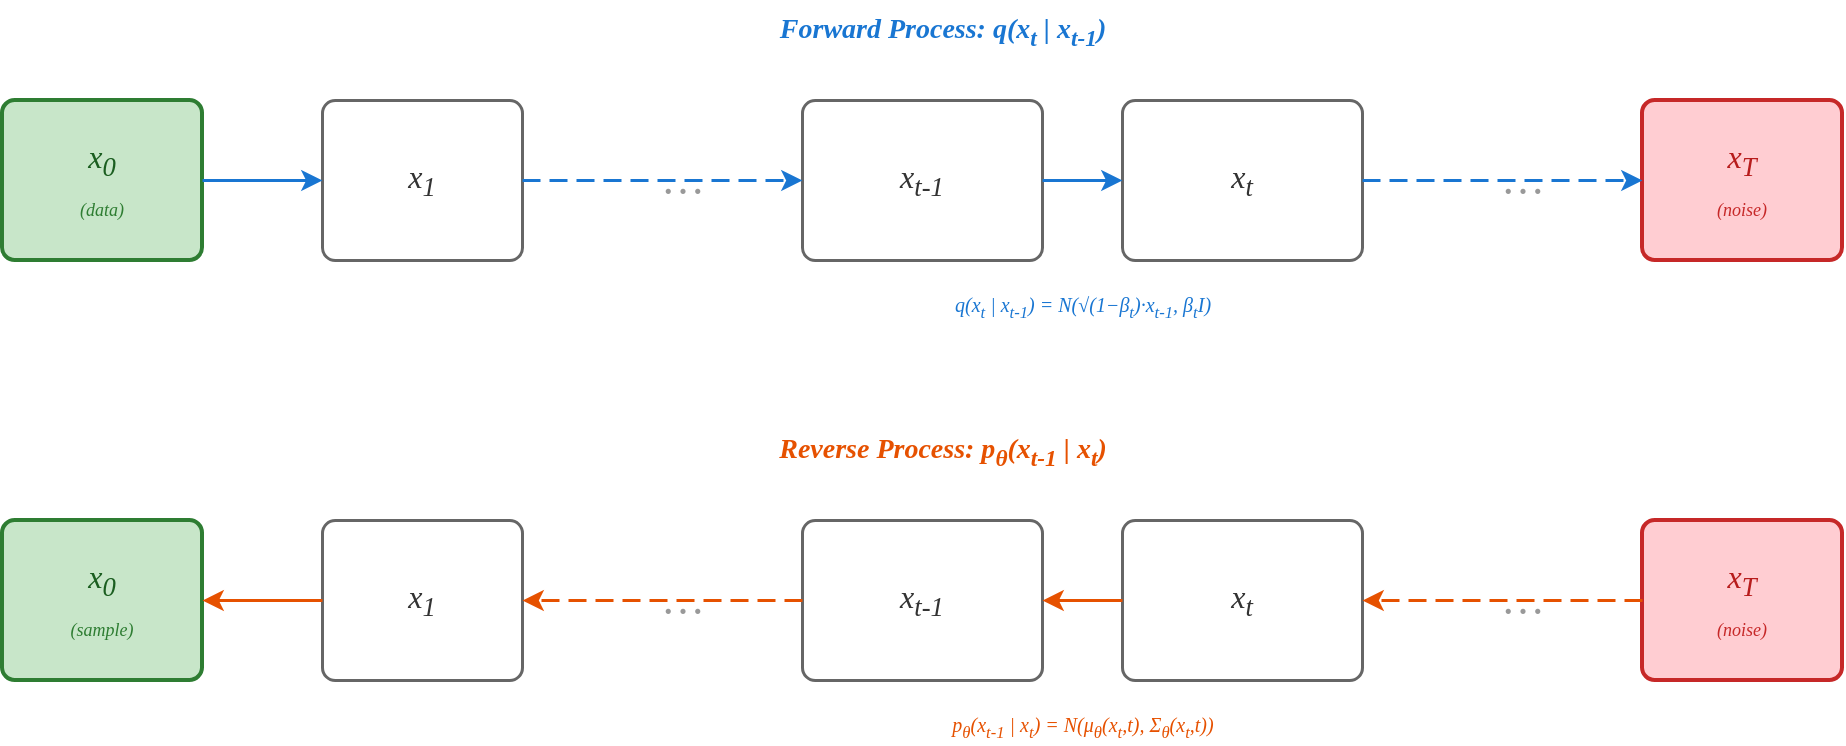
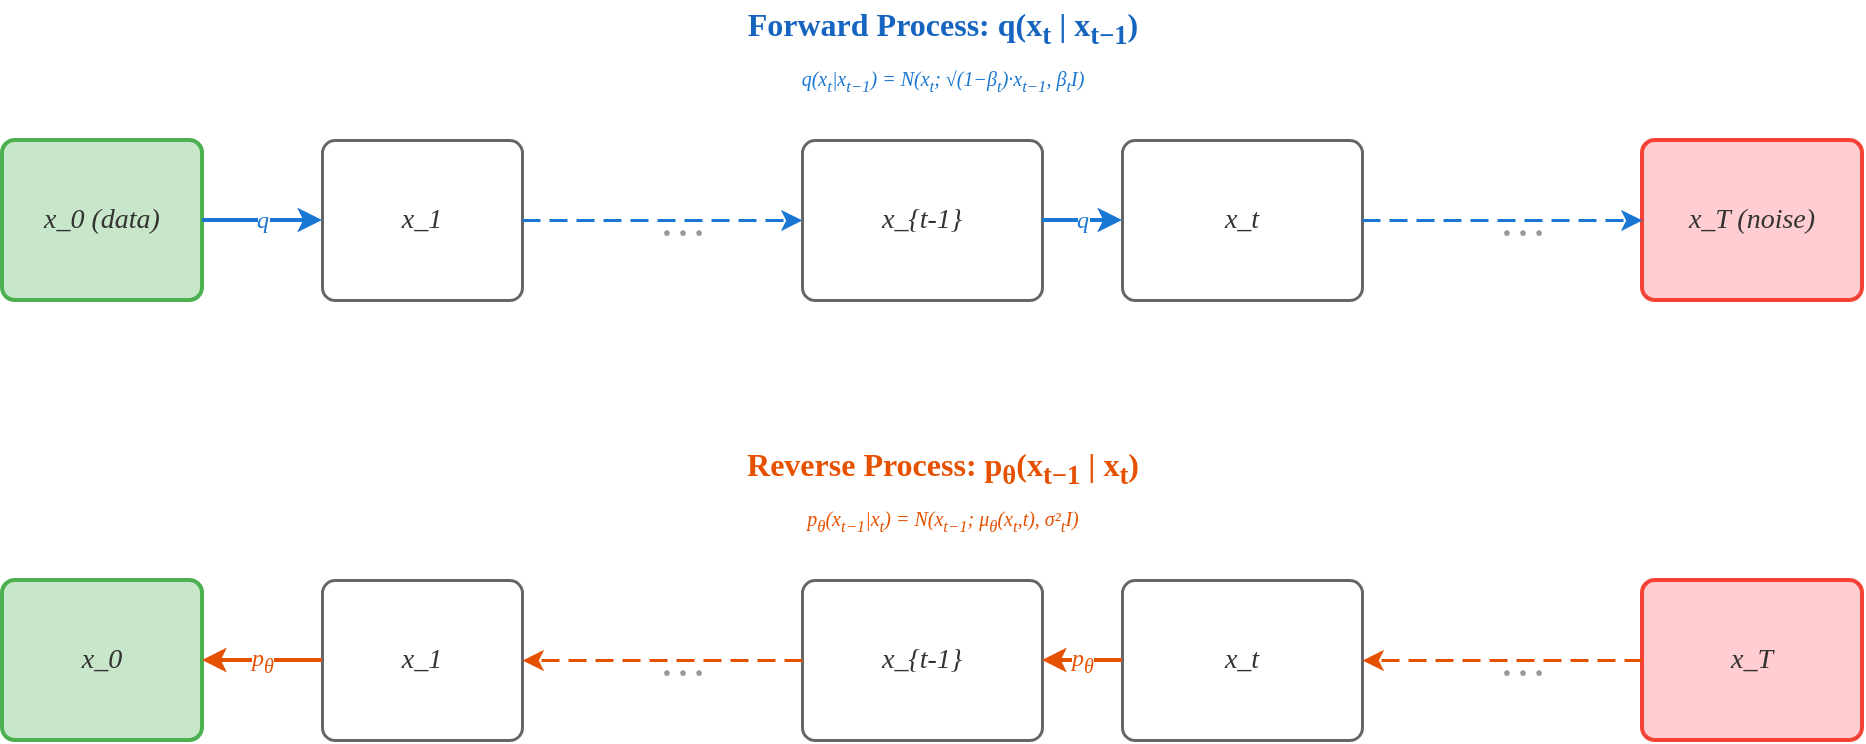
<mxfile host="app.diagrams.net">
-   <diagram name="Diffusion" id="diffusion">
-     <mxGraphModel dx="1200" dy="500" grid="1" gridSize="10" guides="1" tooltips="1" connect="1" arrows="1" fold="1" page="1" pageScale="1" pageWidth="1100" pageHeight="440" math="0" shadow="0">
+   <diagram name="Diffusion Forward Reverse" id="diffusion">
+     <mxGraphModel dx="1200" dy="600" grid="1" gridSize="10" guides="1" tooltips="1" connect="1" arrows="1" fold="1" page="1" pageScale="1" pageWidth="1100" pageHeight="440" math="0" shadow="0">
      <root>
        <mxCell id="0"/>
        <mxCell id="1" parent="0"/>

-         <!-- ===== Forward process title (blue) ===== -->
-         <mxCell id="t_fwd" value="Forward Process: q(x&lt;sub&gt;t&lt;/sub&gt; | x&lt;sub&gt;t-1&lt;/sub&gt;)" style="text;html=1;strokeColor=none;fontSize=14;fontFamily=Times New Roman;fontStyle=3;fontColor=#1976D2;align=center" vertex="1" parent="1">
-           <mxGeometry x="280" y="30" width="540" height="24" as="geometry"/>
+         <!--
+           Diffusion DDPM Markov chain diagram.
+           Flow convention: forward chain = LR (source.x &lt; target.x), blue.
+           Reverse chain = RL (source.x &gt; target.x), orange — documented exception
+           per drawio-templates.md S2.
+           All coords multiples of 10. Canvas 1100x440.
+         -->
+ 
+         <!-- ===== Forward Process Title (blue, bold) ===== -->
+         <mxCell id="t_fwd" value="Forward Process: q(x&lt;sub&gt;t&lt;/sub&gt; | x&lt;sub&gt;t−1&lt;/sub&gt;)" style="text;html=1;strokeColor=none;fontSize=16;fontFamily=Times New Roman;fontStyle=1;fontColor=#1565C0;align=center;verticalAlign=middle" vertex="1" parent="1">
+           <mxGeometry x="280" y="20" width="540" height="28" as="geometry"/>
        </mxCell>

-         <!-- ===== Forward chain (top row, y=80..160) ===== -->
-         <mxCell id="f_x0" value="x&lt;sub&gt;0&lt;/sub&gt;&lt;br&gt;&lt;font style=&quot;font-size: 9px&quot; color=&quot;#2E7D32&quot;&gt;(data)&lt;/font&gt;" style="rounded=1;arcSize=8;whiteSpace=wrap;html=1;fillColor=#C8E6C9;strokeColor=#2E7D32;strokeWidth=2;fontSize=16;fontFamily=Times New Roman;fontStyle=2;fontColor=#1B5E20;align=center;verticalAlign=middle" vertex="1" parent="1">
-           <mxGeometry x="80" y="80" width="100" height="80" as="geometry"/>
-         </mxCell>
-         <mxCell id="f_x1" value="x&lt;sub&gt;1&lt;/sub&gt;" style="rounded=1;arcSize=8;whiteSpace=wrap;html=1;fillColor=#FFFFFF;strokeColor=#666666;strokeWidth=1.5;fontSize=16;fontFamily=Times New Roman;fontStyle=2;fontColor=#333333;align=center;verticalAlign=middle" vertex="1" parent="1">
-           <mxGeometry x="240" y="80" width="100" height="80" as="geometry"/>
-         </mxCell>
-         <mxCell id="f_dots1" value="…" style="text;html=1;strokeColor=none;fontSize=22;fontFamily=Times New Roman;fontColor=#999999;align=center;verticalAlign=middle" vertex="1" parent="1">
-           <mxGeometry x="380" y="110" width="80" height="20" as="geometry"/>
-         </mxCell>
-         <mxCell id="f_xtm1" value="x&lt;sub&gt;t-1&lt;/sub&gt;" style="rounded=1;arcSize=8;whiteSpace=wrap;html=1;fillColor=#FFFFFF;strokeColor=#666666;strokeWidth=1.5;fontSize=16;fontFamily=Times New Roman;fontStyle=2;fontColor=#333333;align=center;verticalAlign=middle" vertex="1" parent="1">
-           <mxGeometry x="480" y="80" width="120" height="80" as="geometry"/>
-         </mxCell>
-         <mxCell id="f_xt" value="x&lt;sub&gt;t&lt;/sub&gt;" style="rounded=1;arcSize=8;whiteSpace=wrap;html=1;fillColor=#FFFFFF;strokeColor=#666666;strokeWidth=1.5;fontSize=16;fontFamily=Times New Roman;fontStyle=2;fontColor=#333333;align=center;verticalAlign=middle" vertex="1" parent="1">
-           <mxGeometry x="640" y="80" width="120" height="80" as="geometry"/>
-         </mxCell>
-         <mxCell id="f_dots2" value="…" style="text;html=1;strokeColor=none;fontSize=22;fontFamily=Times New Roman;fontColor=#999999;align=center;verticalAlign=middle" vertex="1" parent="1">
-           <mxGeometry x="800" y="110" width="80" height="20" as="geometry"/>
-         </mxCell>
-         <mxCell id="f_xT" value="x&lt;sub&gt;T&lt;/sub&gt;&lt;br&gt;&lt;font style=&quot;font-size: 9px&quot; color=&quot;#C62828&quot;&gt;(noise)&lt;/font&gt;" style="rounded=1;arcSize=8;whiteSpace=wrap;html=1;fillColor=#FFCDD2;strokeColor=#C62828;strokeWidth=2;fontSize=16;fontFamily=Times New Roman;fontStyle=2;fontColor=#B71C1C;align=center;verticalAlign=middle" vertex="1" parent="1">
-           <mxGeometry x="900" y="80" width="100" height="80" as="geometry"/>
+         <!-- ===== Forward Formula Annotation (blue, italic) ===== -->
+         <mxCell id="f_formula" value="q(x&lt;sub&gt;t&lt;/sub&gt;|x&lt;sub&gt;t−1&lt;/sub&gt;) = N(x&lt;sub&gt;t&lt;/sub&gt;; √(1−β&lt;sub&gt;t&lt;/sub&gt;)·x&lt;sub&gt;t−1&lt;/sub&gt;, β&lt;sub&gt;t&lt;/sub&gt;I)" style="text;html=1;strokeColor=none;fontSize=10;fontFamily=Times New Roman;fontStyle=2;fontColor=#1976D2;align=center;verticalAlign=middle" vertex="1" parent="1">
+           <mxGeometry x="280" y="52" width="540" height="18" as="geometry"/>
        </mxCell>

-         <!-- Forward edges: → blue, dashed across the dots, labels on key transitions -->
-         <mxCell id="e_f01" style="endArrow=classic;html=1;strokeColor=#1976D2;strokeWidth=1.5;exitX=1;exitY=0.5;entryX=0;entryY=0.5" edge="1" parent="1" source="f_x0" target="f_x1"><mxGeometry relative="1" as="geometry"/></mxCell>
-         <mxCell id="e_f1t" style="endArrow=classic;html=1;strokeColor=#1976D2;strokeWidth=1.5;dashed=1;dashPattern=6 3;exitX=1;exitY=0.5;entryX=0;entryY=0.5" edge="1" parent="1" source="f_x1" target="f_xtm1"><mxGeometry relative="1" as="geometry"/></mxCell>
-         <mxCell id="e_ftt" style="endArrow=classic;html=1;strokeColor=#1976D2;strokeWidth=1.5;exitX=1;exitY=0.5;entryX=0;entryY=0.5" edge="1" parent="1" source="f_xtm1" target="f_xt"><mxGeometry relative="1" as="geometry"/></mxCell>
-         <mxCell id="e_ftT" style="endArrow=classic;html=1;strokeColor=#1976D2;strokeWidth=1.5;dashed=1;dashPattern=6 3;exitX=1;exitY=0.5;entryX=0;entryY=0.5" edge="1" parent="1" source="f_xt" target="f_xT"><mxGeometry relative="1" as="geometry"/></mxCell>
+         <!-- ===== Forward Chain (y=90..170, L→R flow) ===== -->

-         <!-- Forward arrow caption above the x_{t-1} → x_t arrow -->
-         <mxCell id="f_q_lbl" value="q(x&lt;sub&gt;t&lt;/sub&gt; | x&lt;sub&gt;t-1&lt;/sub&gt;) = N(√(1−β&lt;sub&gt;t&lt;/sub&gt;)·x&lt;sub&gt;t-1&lt;/sub&gt;, β&lt;sub&gt;t&lt;/sub&gt;I)" style="text;html=1;strokeColor=none;fontSize=10;fontFamily=Times New Roman;fontColor=#1976D2;fontStyle=2;align=center" vertex="1" parent="1">
-           <mxGeometry x="430" y="170" width="380" height="18" as="geometry"/>
+         <!-- x_0 (data) — green -->
+         <mxCell id="f_x0" value="x_0  (data)" style="rounded=1;arcSize=8;whiteSpace=wrap;html=1;fillColor=#C8E6C9;strokeColor=#4CAF50;strokeWidth=2;fontSize=14;fontFamily=Times New Roman;fontStyle=2;fontColor=#333333;align=center;verticalAlign=middle" vertex="1" parent="1">
+           <mxGeometry x="80" y="90" width="100" height="80" as="geometry"/>
        </mxCell>

-         <!-- ===== Reverse process title (orange) ===== -->
-         <mxCell id="t_rev" value="Reverse Process: p&lt;sub&gt;θ&lt;/sub&gt;(x&lt;sub&gt;t-1&lt;/sub&gt; | x&lt;sub&gt;t&lt;/sub&gt;)" style="text;html=1;strokeColor=none;fontSize=14;fontFamily=Times New Roman;fontStyle=3;fontColor=#E65100;align=center" vertex="1" parent="1">
-           <mxGeometry x="280" y="240" width="540" height="24" as="geometry"/>
+         <!-- x_1 — white -->
+         <mxCell id="f_x1" value="x_1" style="rounded=1;arcSize=8;whiteSpace=wrap;html=1;fillColor=#FFFFFF;strokeColor=#666666;strokeWidth=1.5;fontSize=14;fontFamily=Times New Roman;fontStyle=2;fontColor=#333333;align=center;verticalAlign=middle" vertex="1" parent="1">
+           <mxGeometry x="240" y="90" width="100" height="80" as="geometry"/>
        </mxCell>

-         <!-- ===== Reverse chain (bottom row, y=290..370) — same nodes shown again, arrows go RIGHT-TO-LEFT ===== -->
-         <mxCell id="r_xT" value="x&lt;sub&gt;T&lt;/sub&gt;&lt;br&gt;&lt;font style=&quot;font-size: 9px&quot; color=&quot;#C62828&quot;&gt;(noise)&lt;/font&gt;" style="rounded=1;arcSize=8;whiteSpace=wrap;html=1;fillColor=#FFCDD2;strokeColor=#C62828;strokeWidth=2;fontSize=16;fontFamily=Times New Roman;fontStyle=2;fontColor=#B71C1C;align=center;verticalAlign=middle" vertex="1" parent="1">
-           <mxGeometry x="900" y="290" width="100" height="80" as="geometry"/>
-         </mxCell>
-         <mxCell id="r_dots2" value="…" style="text;html=1;strokeColor=none;fontSize=22;fontFamily=Times New Roman;fontColor=#999999;align=center;verticalAlign=middle" vertex="1" parent="1">
-           <mxGeometry x="800" y="320" width="80" height="20" as="geometry"/>
-         </mxCell>
-         <mxCell id="r_xt" value="x&lt;sub&gt;t&lt;/sub&gt;" style="rounded=1;arcSize=8;whiteSpace=wrap;html=1;fillColor=#FFFFFF;strokeColor=#666666;strokeWidth=1.5;fontSize=16;fontFamily=Times New Roman;fontStyle=2;fontColor=#333333;align=center;verticalAlign=middle" vertex="1" parent="1">
-           <mxGeometry x="640" y="290" width="120" height="80" as="geometry"/>
-         </mxCell>
-         <mxCell id="r_xtm1" value="x&lt;sub&gt;t-1&lt;/sub&gt;" style="rounded=1;arcSize=8;whiteSpace=wrap;html=1;fillColor=#FFFFFF;strokeColor=#666666;strokeWidth=1.5;fontSize=16;fontFamily=Times New Roman;fontStyle=2;fontColor=#333333;align=center;verticalAlign=middle" vertex="1" parent="1">
-           <mxGeometry x="480" y="290" width="120" height="80" as="geometry"/>
-         </mxCell>
-         <mxCell id="r_dots1" value="…" style="text;html=1;strokeColor=none;fontSize=22;fontFamily=Times New Roman;fontColor=#999999;align=center;verticalAlign=middle" vertex="1" parent="1">
-           <mxGeometry x="380" y="320" width="80" height="20" as="geometry"/>
-         </mxCell>
-         <mxCell id="r_x1" value="x&lt;sub&gt;1&lt;/sub&gt;" style="rounded=1;arcSize=8;whiteSpace=wrap;html=1;fillColor=#FFFFFF;strokeColor=#666666;strokeWidth=1.5;fontSize=16;fontFamily=Times New Roman;fontStyle=2;fontColor=#333333;align=center;verticalAlign=middle" vertex="1" parent="1">
-           <mxGeometry x="240" y="290" width="100" height="80" as="geometry"/>
-         </mxCell>
-         <mxCell id="r_x0" value="x&lt;sub&gt;0&lt;/sub&gt;&lt;br&gt;&lt;font style=&quot;font-size: 9px&quot; color=&quot;#2E7D32&quot;&gt;(sample)&lt;/font&gt;" style="rounded=1;arcSize=8;whiteSpace=wrap;html=1;fillColor=#C8E6C9;strokeColor=#2E7D32;strokeWidth=2;fontSize=16;fontFamily=Times New Roman;fontStyle=2;fontColor=#1B5E20;align=center;verticalAlign=middle" vertex="1" parent="1">
-           <mxGeometry x="80" y="290" width="100" height="80" as="geometry"/>
+         <!-- … dots 1 (between x_1 and x_{t-1}) -->
+         <mxCell id="f_dots1" value="…" style="text;html=1;strokeColor=none;fontSize=24;fontFamily=Times New Roman;fontColor=#999999;align=center;verticalAlign=middle" vertex="1" parent="1">
+           <mxGeometry x="380" y="120" width="80" height="20" as="geometry"/>
        </mxCell>

-         <!-- Reverse edges: ← orange, dashed across the dots -->
-         <mxCell id="e_rT3" style="endArrow=classic;html=1;strokeColor=#E65100;strokeWidth=1.5;dashed=1;dashPattern=6 3;exitX=0;exitY=0.5;entryX=1;entryY=0.5" edge="1" parent="1" source="r_xT" target="r_xt"><mxGeometry relative="1" as="geometry"/></mxCell>
-         <mxCell id="e_r3t" style="endArrow=classic;html=1;strokeColor=#E65100;strokeWidth=1.5;exitX=0;exitY=0.5;entryX=1;entryY=0.5" edge="1" parent="1" source="r_xt" target="r_xtm1"><mxGeometry relative="1" as="geometry"/></mxCell>
-         <mxCell id="e_rt1" style="endArrow=classic;html=1;strokeColor=#E65100;strokeWidth=1.5;dashed=1;dashPattern=6 3;exitX=0;exitY=0.5;entryX=1;entryY=0.5" edge="1" parent="1" source="r_xtm1" target="r_x1"><mxGeometry relative="1" as="geometry"/></mxCell>
-         <mxCell id="e_r10" style="endArrow=classic;html=1;strokeColor=#E65100;strokeWidth=1.5;exitX=0;exitY=0.5;entryX=1;entryY=0.5" edge="1" parent="1" source="r_x1" target="r_x0"><mxGeometry relative="1" as="geometry"/></mxCell>
+         <!-- x_{t-1} — white (wider) -->
+         <mxCell id="f_xtm1" value="x_{t-1}" style="rounded=1;arcSize=8;whiteSpace=wrap;html=1;fillColor=#FFFFFF;strokeColor=#666666;strokeWidth=1.5;fontSize=14;fontFamily=Times New Roman;fontStyle=2;fontColor=#333333;align=center;verticalAlign=middle" vertex="1" parent="1">
+           <mxGeometry x="480" y="90" width="120" height="80" as="geometry"/>
+         </mxCell>

-         <!-- Reverse arrow caption below the x_t → x_{t-1} arrow -->
-         <mxCell id="r_p_lbl" value="p&lt;sub&gt;θ&lt;/sub&gt;(x&lt;sub&gt;t-1&lt;/sub&gt; | x&lt;sub&gt;t&lt;/sub&gt;) = N(μ&lt;sub&gt;θ&lt;/sub&gt;(x&lt;sub&gt;t&lt;/sub&gt;,t), Σ&lt;sub&gt;θ&lt;/sub&gt;(x&lt;sub&gt;t&lt;/sub&gt;,t))" style="text;html=1;strokeColor=none;fontSize=10;fontFamily=Times New Roman;fontColor=#E65100;fontStyle=2;align=center" vertex="1" parent="1">
-           <mxGeometry x="430" y="380" width="380" height="18" as="geometry"/>
+         <!-- x_t — white (wider) -->
+         <mxCell id="f_xt" value="x_t" style="rounded=1;arcSize=8;whiteSpace=wrap;html=1;fillColor=#FFFFFF;strokeColor=#666666;strokeWidth=1.5;fontSize=14;fontFamily=Times New Roman;fontStyle=2;fontColor=#333333;align=center;verticalAlign=middle" vertex="1" parent="1">
+           <mxGeometry x="640" y="90" width="120" height="80" as="geometry"/>
+         </mxCell>
+ 
+         <!-- … dots 2 (between x_t and x_T) -->
+         <mxCell id="f_dots2" value="…" style="text;html=1;strokeColor=none;fontSize=24;fontFamily=Times New Roman;fontColor=#999999;align=center;verticalAlign=middle" vertex="1" parent="1">
+           <mxGeometry x="800" y="120" width="80" height="20" as="geometry"/>
+         </mxCell>
+ 
+         <!-- x_T (noise) — red -->
+         <mxCell id="f_xT" value="x_T  (noise)" style="rounded=1;arcSize=8;whiteSpace=wrap;html=1;fillColor=#FFCDD2;strokeColor=#F44336;strokeWidth=2;fontSize=14;fontFamily=Times New Roman;fontStyle=2;fontColor=#333333;align=center;verticalAlign=middle" vertex="1" parent="1">
+           <mxGeometry x="900" y="90" width="110" height="80" as="geometry"/>
+         </mxCell>
+ 
+         <!-- ===== Reverse Process Title (orange, bold) ===== -->
+         <mxCell id="t_rev" value="Reverse Process: p&lt;sub&gt;θ&lt;/sub&gt;(x&lt;sub&gt;t−1&lt;/sub&gt; | x&lt;sub&gt;t&lt;/sub&gt;)" style="text;html=1;strokeColor=none;fontSize=16;fontFamily=Times New Roman;fontStyle=1;fontColor=#E65100;align=center;verticalAlign=middle" vertex="1" parent="1">
+           <mxGeometry x="280" y="240" width="540" height="28" as="geometry"/>
+         </mxCell>
+ 
+         <!-- ===== Reverse Formula Annotation (orange, italic) ===== -->
+         <mxCell id="r_formula" value="p&lt;sub&gt;θ&lt;/sub&gt;(x&lt;sub&gt;t−1&lt;/sub&gt;|x&lt;sub&gt;t&lt;/sub&gt;) = N(x&lt;sub&gt;t−1&lt;/sub&gt;; μ&lt;sub&gt;θ&lt;/sub&gt;(x&lt;sub&gt;t&lt;/sub&gt;,t), σ²&lt;sub&gt;t&lt;/sub&gt;I)" style="text;html=1;strokeColor=none;fontSize=10;fontFamily=Times New Roman;fontStyle=2;fontColor=#E65100;align=center;verticalAlign=middle" vertex="1" parent="1">
+           <mxGeometry x="280" y="272" width="540" height="18" as="geometry"/>
+         </mxCell>
+ 
+         <!-- ===== Reverse Chain (y=310..390, R→L flow, documented exception) ===== -->
+ 
+         <!-- x_T — red (rightmost) -->
+         <mxCell id="r_xT" value="x_T" style="rounded=1;arcSize=8;whiteSpace=wrap;html=1;fillColor=#FFCDD2;strokeColor=#F44336;strokeWidth=2;fontSize=14;fontFamily=Times New Roman;fontStyle=2;fontColor=#333333;align=center;verticalAlign=middle" vertex="1" parent="1">
+           <mxGeometry x="900" y="310" width="110" height="80" as="geometry"/>
+         </mxCell>
+ 
+         <!-- … dots 2 -->
+         <mxCell id="r_dots2" value="…" style="text;html=1;strokeColor=none;fontSize=24;fontFamily=Times New Roman;fontColor=#999999;align=center;verticalAlign=middle" vertex="1" parent="1">
+           <mxGeometry x="800" y="340" width="80" height="20" as="geometry"/>
+         </mxCell>
+ 
+         <!-- x_t — white -->
+         <mxCell id="r_xt" value="x_t" style="rounded=1;arcSize=8;whiteSpace=wrap;html=1;fillColor=#FFFFFF;strokeColor=#666666;strokeWidth=1.5;fontSize=14;fontFamily=Times New Roman;fontStyle=2;fontColor=#333333;align=center;verticalAlign=middle" vertex="1" parent="1">
+           <mxGeometry x="640" y="310" width="120" height="80" as="geometry"/>
+         </mxCell>
+ 
+         <!-- x_{t-1} — white -->
+         <mxCell id="r_xtm1" value="x_{t-1}" style="rounded=1;arcSize=8;whiteSpace=wrap;html=1;fillColor=#FFFFFF;strokeColor=#666666;strokeWidth=1.5;fontSize=14;fontFamily=Times New Roman;fontStyle=2;fontColor=#333333;align=center;verticalAlign=middle" vertex="1" parent="1">
+           <mxGeometry x="480" y="310" width="120" height="80" as="geometry"/>
+         </mxCell>
+ 
+         <!-- … dots 1 -->
+         <mxCell id="r_dots1" value="…" style="text;html=1;strokeColor=none;fontSize=24;fontFamily=Times New Roman;fontColor=#999999;align=center;verticalAlign=middle" vertex="1" parent="1">
+           <mxGeometry x="380" y="340" width="80" height="20" as="geometry"/>
+         </mxCell>
+ 
+         <!-- x_1 — white -->
+         <mxCell id="r_x1" value="x_1" style="rounded=1;arcSize=8;whiteSpace=wrap;html=1;fillColor=#FFFFFF;strokeColor=#666666;strokeWidth=1.5;fontSize=14;fontFamily=Times New Roman;fontStyle=2;fontColor=#333333;align=center;verticalAlign=middle" vertex="1" parent="1">
+           <mxGeometry x="240" y="310" width="100" height="80" as="geometry"/>
+         </mxCell>
+ 
+         <!-- x_0 — green (leftmost) -->
+         <mxCell id="r_x0" value="x_0" style="rounded=1;arcSize=8;whiteSpace=wrap;html=1;fillColor=#C8E6C9;strokeColor=#4CAF50;strokeWidth=2;fontSize=14;fontFamily=Times New Roman;fontStyle=2;fontColor=#333333;align=center;verticalAlign=middle" vertex="1" parent="1">
+           <mxGeometry x="80" y="310" width="100" height="80" as="geometry"/>
+         </mxCell>
+ 
+         <!-- ===== FORWARD EDGES (blue, L→R: source.x &lt; target.x) ===== -->
+ 
+         <!-- f_x0 → f_x1: solid, label "q" -->
+         <mxCell id="e_f01" value="q" style="edgeStyle=orthogonalEdgeStyle;rounded=1;orthogonalLoop=1;jettySize=auto;html=1;endArrow=classic;strokeColor=#1976D2;strokeWidth=2;exitX=1;exitY=0.5;entryX=0;entryY=0.5;labelBackgroundColor=#FFFFFF;fontFamily=Times New Roman;fontSize=12;fontStyle=2;fontColor=#1976D2" edge="1" parent="1" source="f_x0" target="f_x1">
+           <mxGeometry relative="1" as="geometry"/>
+         </mxCell>
+ 
+         <!-- f_x1 → f_xtm1: dashed (over dots, omitted steps) -->
+         <mxCell id="e_f12" style="edgeStyle=orthogonalEdgeStyle;rounded=1;orthogonalLoop=1;jettySize=auto;html=1;endArrow=classic;strokeColor=#1976D2;strokeWidth=1.5;exitX=1;exitY=0.5;entryX=0;entryY=0.5;dashed=1;dashPattern=6 3" edge="1" parent="1" source="f_x1" target="f_xtm1">
+           <mxGeometry relative="1" as="geometry"/>
+         </mxCell>
+ 
+         <!-- f_xtm1 → f_xt: solid, label "q" -->
+         <mxCell id="e_f23" value="q" style="edgeStyle=orthogonalEdgeStyle;rounded=1;orthogonalLoop=1;jettySize=auto;html=1;endArrow=classic;strokeColor=#1976D2;strokeWidth=2;exitX=1;exitY=0.5;entryX=0;entryY=0.5;labelBackgroundColor=#FFFFFF;fontFamily=Times New Roman;fontSize=12;fontStyle=2;fontColor=#1976D2" edge="1" parent="1" source="f_xtm1" target="f_xt">
+           <mxGeometry relative="1" as="geometry"/>
+         </mxCell>
+ 
+         <!-- f_xt → f_xT: dashed (over dots, omitted steps) -->
+         <mxCell id="e_f34" style="edgeStyle=orthogonalEdgeStyle;rounded=1;orthogonalLoop=1;jettySize=auto;html=1;endArrow=classic;strokeColor=#1976D2;strokeWidth=1.5;exitX=1;exitY=0.5;entryX=0;entryY=0.5;dashed=1;dashPattern=6 3" edge="1" parent="1" source="f_xt" target="f_xT">
+           <mxGeometry relative="1" as="geometry"/>
+         </mxCell>
+ 
+         <!-- ===== REVERSE EDGES (orange, R→L: source.x &gt; target.x, documented exception) ===== -->
+ 
+         <!-- r_xT → r_xt: dashed (over dots, omitted steps) -->
+         <mxCell id="e_r43" style="edgeStyle=orthogonalEdgeStyle;rounded=1;orthogonalLoop=1;jettySize=auto;html=1;endArrow=classic;strokeColor=#E65100;strokeWidth=1.5;exitX=0;exitY=0.5;entryX=1;entryY=0.5;dashed=1;dashPattern=6 3" edge="1" parent="1" source="r_xT" target="r_xt">
+           <mxGeometry relative="1" as="geometry"/>
+         </mxCell>
+ 
+         <!-- r_xt → r_xtm1: solid, label "p_θ" -->
+         <mxCell id="e_r32" value="p&lt;sub&gt;θ&lt;/sub&gt;" style="edgeStyle=orthogonalEdgeStyle;rounded=1;orthogonalLoop=1;jettySize=auto;html=1;endArrow=classic;strokeColor=#E65100;strokeWidth=2;exitX=0;exitY=0.5;entryX=1;entryY=0.5;labelBackgroundColor=#FFFFFF;fontFamily=Times New Roman;fontSize=12;fontStyle=2;fontColor=#E65100" edge="1" parent="1" source="r_xt" target="r_xtm1">
+           <mxGeometry relative="1" as="geometry"/>
+         </mxCell>
+ 
+         <!-- r_xtm1 → r_x1: dashed (over dots, omitted steps) -->
+         <mxCell id="e_r21" style="edgeStyle=orthogonalEdgeStyle;rounded=1;orthogonalLoop=1;jettySize=auto;html=1;endArrow=classic;strokeColor=#E65100;strokeWidth=1.5;exitX=0;exitY=0.5;entryX=1;entryY=0.5;dashed=1;dashPattern=6 3" edge="1" parent="1" source="r_xtm1" target="r_x1">
+           <mxGeometry relative="1" as="geometry"/>
+         </mxCell>
+ 
+         <!-- r_x1 → r_x0: solid, label "p_θ" -->
+         <mxCell id="e_r10" value="p&lt;sub&gt;θ&lt;/sub&gt;" style="edgeStyle=orthogonalEdgeStyle;rounded=1;orthogonalLoop=1;jettySize=auto;html=1;endArrow=classic;strokeColor=#E65100;strokeWidth=2;exitX=0;exitY=0.5;entryX=1;entryY=0.5;labelBackgroundColor=#FFFFFF;fontFamily=Times New Roman;fontSize=12;fontStyle=2;fontColor=#E65100" edge="1" parent="1" source="r_x1" target="r_x0">
+           <mxGeometry relative="1" as="geometry"/>
        </mxCell>

      </root>
    </mxGraphModel>
  </diagram>
</mxfile>
